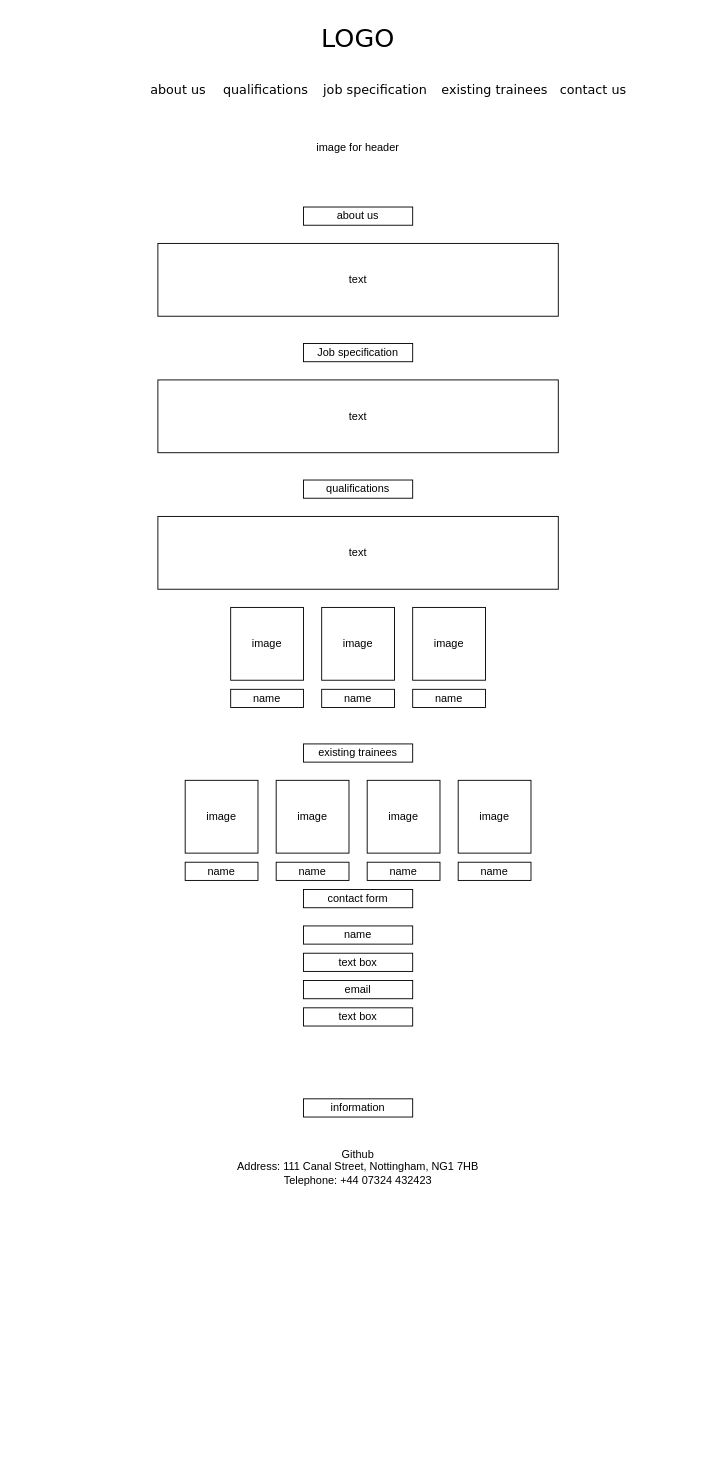
Before: hot_beans_web.drawio in sardinoo/hot-beans-web, a draw.io diagram. Source tidied: cells renumbered, new cells numbered last; positions are measured from the earlier drawing's top-left corner, leaving out a move shared by most shapes. Both pictures are drawn from the tidied source at 91%, with x=0, y=0 at pixel (148, 15).
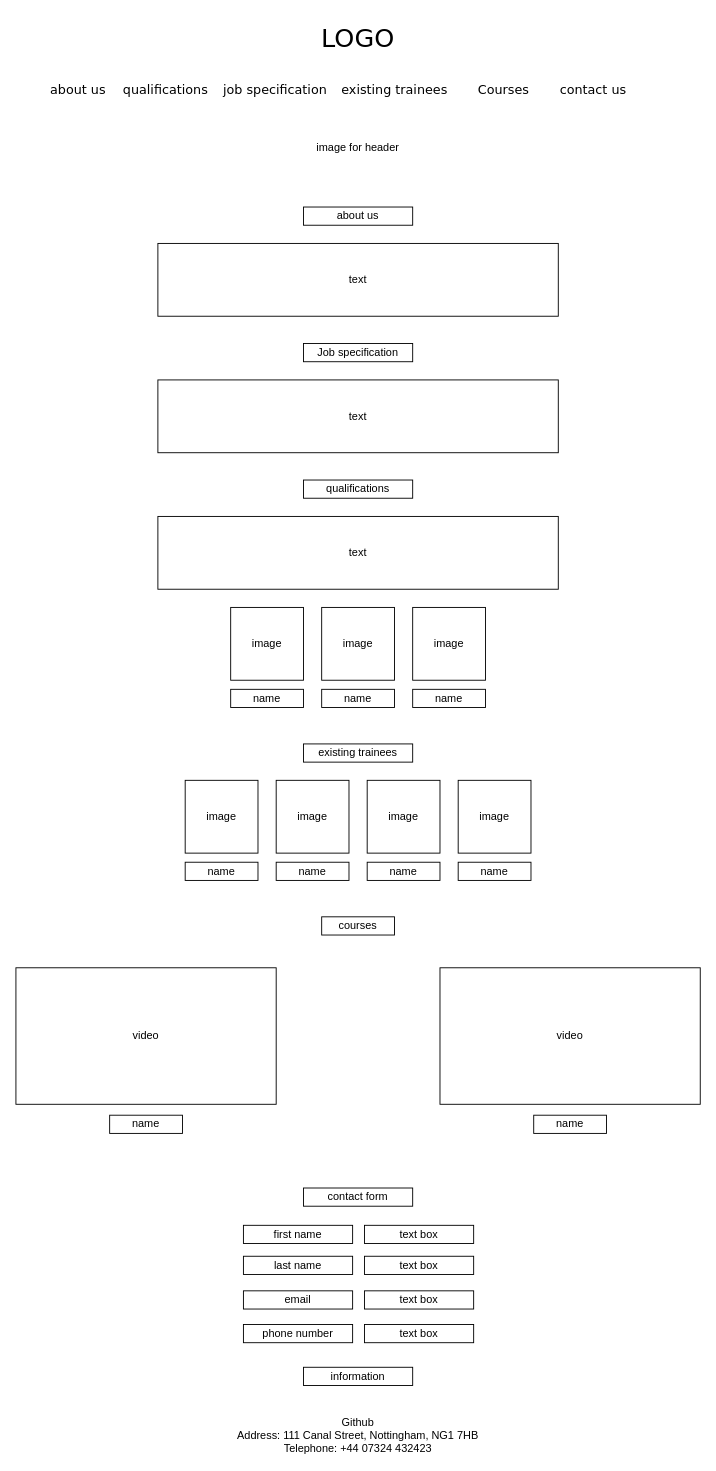
The same page after the edit.

What changed in the source:
```diff
@@
     <mxCell id="3" value="about us" style="text;html=1;align=left;verticalAlign=top;spacingTop=-4;fontSize=14;fontFamily=Verdana;" parent="1" vertex="1">
-      <mxGeometry y="70" width="60" height="20" as="geometry" />
+      <mxGeometry x="-110" y="70" width="60" height="20" as="geometry" />
     </mxCell>
@@
     <mxCell id="5" value="job specification" style="text;html=1;align=left;verticalAlign=top;spacingTop=-4;fontSize=14;fontFamily=Verdana;" parent="1" vertex="1">
-      <mxGeometry x="190" y="70" width="60" height="20" as="geometry" />
+      <mxGeometry x="80" y="70" width="60" height="20" as="geometry" />
     </mxCell>
     <mxCell id="6" value="existing trainees" style="text;html=1;align=left;verticalAlign=top;spacingTop=-4;fontSize=14;fontFamily=Verdana;" parent="1" vertex="1">
-      <mxGeometry x="320" y="70" width="60" height="20" as="geometry" />
+      <mxGeometry x="210" y="70" width="60" height="20" as="geometry" />
     </mxCell>
     <mxCell id="7" value="qualifications" style="text;html=1;align=left;verticalAlign=top;spacingTop=-4;fontSize=14;fontFamily=Verdana;" parent="1" vertex="1">
-      <mxGeometry x="80" y="70" width="60" height="20" as="geometry" />
+      <mxGeometry x="-30" y="70" width="60" height="20" as="geometry" />
     </mxCell>
@@
     <mxCell id="20" value="contact form" style="rounded=0;whiteSpace=wrap;html=1;fillColor=none;" parent="1" vertex="1">
-      <mxGeometry x="170" y="960" width="120" height="20" as="geometry" />
+      <mxGeometry x="170" y="1288" width="120" height="20" as="geometry" />
     </mxCell>
-    <mxCell id="21" value="&lt;div&gt;name&lt;/div&gt;" style="rounded=0;whiteSpace=wrap;html=1;fillColor=none;" parent="1" vertex="1">
-      <mxGeometry x="170" y="1000" width="120" height="20" as="geometry" />
+    <mxCell id="21" value="first name" style="rounded=0;whiteSpace=wrap;html=1;fillColor=none;" parent="1" vertex="1">
+      <mxGeometry x="104" y="1329" width="120" height="20" as="geometry" />
     </mxCell>
     <mxCell id="22" value="text box" style="rounded=0;whiteSpace=wrap;html=1;fillColor=none;" parent="1" vertex="1">
-      <mxGeometry x="170" y="1030" width="120" height="20" as="geometry" />
+      <mxGeometry x="237" y="1329" width="120" height="20" as="geometry" />
     </mxCell>
-    <mxCell id="23" value="email" style="rounded=0;whiteSpace=wrap;html=1;fillColor=none;" parent="1" vertex="1">
-      <mxGeometry x="170" y="1060" width="120" height="20" as="geometry" />
+    <mxCell id="23" value="last name" style="rounded=0;whiteSpace=wrap;html=1;fillColor=none;" parent="1" vertex="1">
+      <mxGeometry x="104" y="1363" width="120" height="20" as="geometry" />
     </mxCell>
     <mxCell id="24" value="text box" style="rounded=0;whiteSpace=wrap;html=1;fillColor=none;" parent="1" vertex="1">
-      <mxGeometry x="170" y="1090" width="120" height="20" as="geometry" />
+      <mxGeometry x="237" y="1363" width="120" height="20" as="geometry" />
     </mxCell>
     <mxCell id="25" value="information" style="rounded=0;whiteSpace=wrap;html=1;fillColor=none;" parent="1" vertex="1">
-      <mxGeometry x="170" y="1190" width="120" height="20" as="geometry" />
+      <mxGeometry x="170" y="1485" width="120" height="20" as="geometry" />
     </mxCell>
     <mxCell id="26" value="&lt;div&gt;Github&lt;/div&gt;&lt;div&gt;Address: 111 Canal Street, Nottingham, NG1 7HB&lt;/div&gt;&lt;div&gt;Telephone: +44 07324 432423&lt;/div&gt;" style="text;html=1;strokeColor=none;fillColor=none;align=center;verticalAlign=middle;whiteSpace=wrap;rounded=0;" parent="1" vertex="1">
-      <mxGeometry x="75" y="1250" width="310" height="30" as="geometry" />
+      <mxGeometry x="75" y="1545" width="310" height="30" as="geometry" />
     </mxCell>
@@
+    <mxCell id="37" value="Courses&lt;br&gt;" style="text;html=1;align=left;verticalAlign=top;spacingTop=-4;fontSize=14;fontFamily=Verdana;" parent="1" vertex="1">
+      <mxGeometry x="360" y="70" width="60" height="20" as="geometry" />
+    </mxCell>
+    <mxCell id="38" value="video" style="rounded=0;whiteSpace=wrap;html=1;fillColor=none;" parent="1" vertex="1">
+      <mxGeometry x="-146" y="1046" width="286" height="150" as="geometry" />
+    </mxCell>
+    <mxCell id="39" value="name" style="rounded=0;whiteSpace=wrap;html=1;fillColor=none;" parent="1" vertex="1">
+      <mxGeometry x="-43" y="1208" width="80" height="20" as="geometry" />
+    </mxCell>
+    <mxCell id="40" value="video" style="rounded=0;whiteSpace=wrap;html=1;fillColor=none;" parent="1" vertex="1">
+      <mxGeometry x="320" y="1046" width="286" height="150" as="geometry" />
+    </mxCell>
+    <mxCell id="41" value="name" style="rounded=0;whiteSpace=wrap;html=1;fillColor=none;" parent="1" vertex="1">
+      <mxGeometry x="423" y="1208" width="80" height="20" as="geometry" />
+    </mxCell>
+    <mxCell id="42" value="courses" style="rounded=0;whiteSpace=wrap;html=1;fillColor=none;" parent="1" vertex="1">
+      <mxGeometry x="190" y="990" width="80" height="20" as="geometry" />
+    </mxCell>
+    <mxCell id="43" value="email" style="rounded=0;whiteSpace=wrap;html=1;fillColor=none;" parent="1" vertex="1">
+      <mxGeometry x="104" y="1401" width="120" height="20" as="geometry" />
+    </mxCell>
+    <mxCell id="44" value="text box" style="rounded=0;whiteSpace=wrap;html=1;fillColor=none;" parent="1" vertex="1">
+      <mxGeometry x="237" y="1401" width="120" height="20" as="geometry" />
+    </mxCell>
+    <mxCell id="45" value="phone number" style="rounded=0;whiteSpace=wrap;html=1;fillColor=none;" parent="1" vertex="1">
+      <mxGeometry x="104" y="1438" width="120" height="20" as="geometry" />
+    </mxCell>
+    <mxCell id="46" value="text box" style="rounded=0;whiteSpace=wrap;html=1;fillColor=none;" parent="1" vertex="1">
+      <mxGeometry x="237" y="1438" width="120" height="20" as="geometry" />
+    </mxCell>
```
